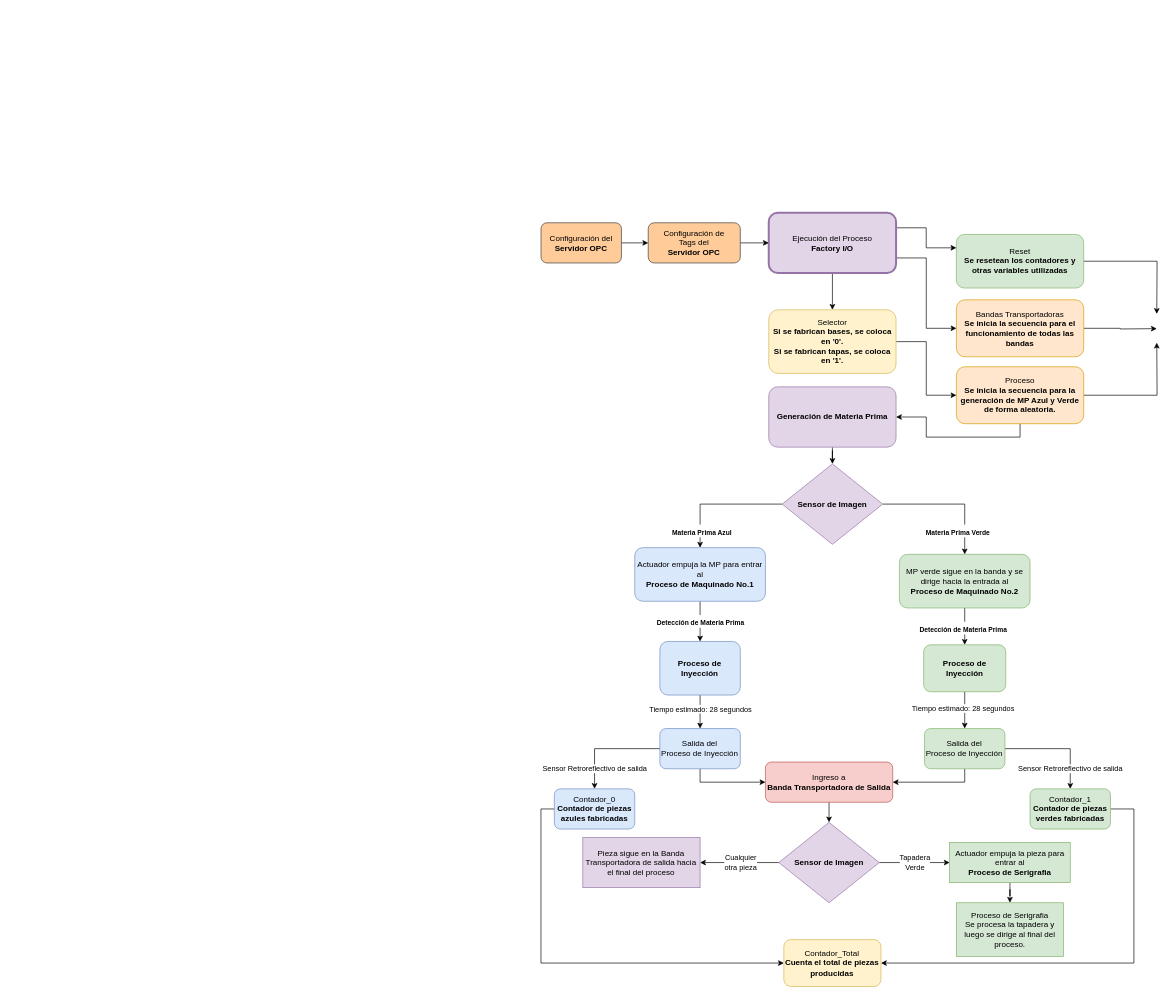
This is MIR/6T/Diagrama.drawio from fgomez1211/Personal, a draw.io file, before an edit. Source tidied: cells renumbered, new cells numbered last; positions are measured from the earlier drawing's top-left corner, leaving out a move shared by most shapes. Both pictures are drawn from the tidied source at 67%, with x=0, y=0 at pixel (541, 212).
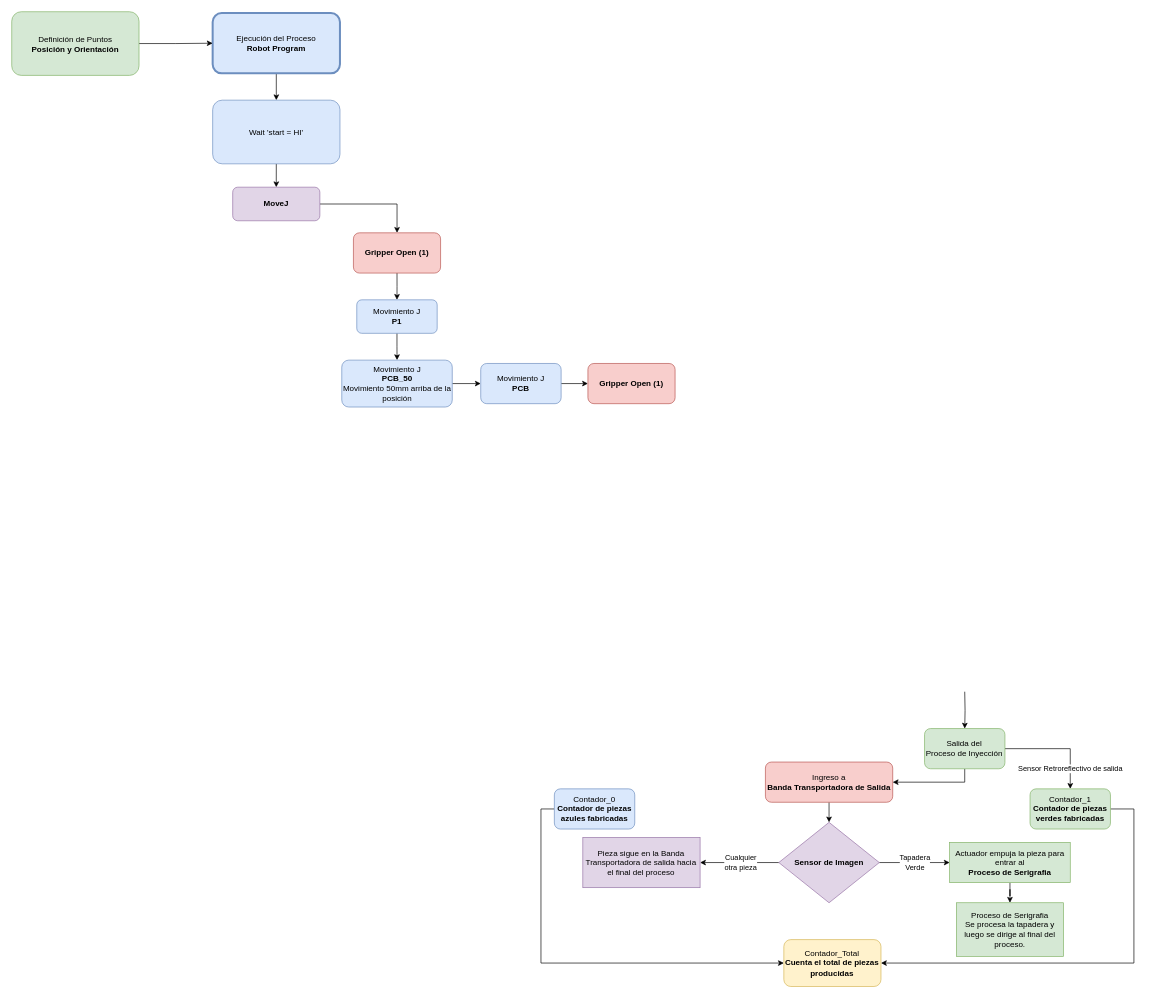
The same diagram, later.

The change refers to these unchanged cells:
```xml
<mxCell id="22" value="Ingreso a &lt;br&gt;&lt;b&gt;Banda Transportadora de Salida&lt;/b&gt;" style="whiteSpace=wrap;html=1;rounded=1;glass=0;strokeWidth=1;shadow=0;fillColor=#f8cecc;strokeColor=#b85450;" parent="1" vertex="1">
  <mxGeometry x="334.9" y="819.9" width="190" height="60" as="geometry" />
</mxCell>
<mxCell id="38" value="Salida del&lt;br&gt;Proceso de Inyección" style="whiteSpace=wrap;html=1;fillColor=#d5e8d4;strokeColor=#82b366;rounded=1;glass=0;strokeWidth=1;shadow=0;" parent="1" vertex="1">
  <mxGeometry x="572.4" y="769.9" width="120" height="60" as="geometry" />
</mxCell>
<mxCell id="44" value="Contador_0&lt;br&gt;&lt;b&gt;Contador de piezas azules fabricadas&lt;/b&gt;" style="whiteSpace=wrap;html=1;fillColor=#dae8fc;strokeColor=#6c8ebf;rounded=1;glass=0;strokeWidth=1;shadow=0;" parent="1" vertex="1">
  <mxGeometry x="19.9" y="859.9" width="120" height="60" as="geometry" />
</mxCell>
```

Diff of the diagram source:
```diff
@@
-    <mxCell id="2" style="edgeStyle=orthogonalEdgeStyle;rounded=0;jettySize=auto;html=1;exitX=1;exitY=0.5;exitDx=0;exitDy=0;entryX=0;entryY=0.25;entryDx=0;entryDy=0;" parent="1" edge="1" source="3">
-      <mxGeometry relative="1" as="geometry">
-        <mxPoint x="919" y="151" as="targetPoint" />
-      </mxGeometry>
-    </mxCell>
-    <mxCell id="3" value="Reset&lt;br&gt;&lt;b&gt;Se resetean los contadores y otras variables utilizadas&lt;/b&gt;" style="rounded=1;whiteSpace=wrap;html=1;fontSize=12;glass=0;strokeWidth=1;shadow=0;fillColor=#d5e8d4;strokeColor=#82b366;" parent="1" vertex="1">
-      <mxGeometry x="619.9" y="32.4" width="190.1" height="80" as="geometry" />
-    </mxCell>
-    <mxCell id="4" style="edgeStyle=orthogonalEdgeStyle;rounded=0;jettySize=auto;html=1;exitX=0.5;exitY=1;exitDx=0;exitDy=0;entryX=0.5;entryY=0;entryDx=0;entryDy=0;" parent="1" edge="1" source="5" target="7">
-      <mxGeometry relative="1" as="geometry" />
-    </mxCell>
-    <mxCell id="5" value="MP verde sigue en la banda y se dirige hacia la entrada al&lt;br&gt;&lt;b&gt;Proceso de Maquinado No.2&lt;/b&gt;" style="whiteSpace=wrap;html=1;rounded=1;glass=0;strokeWidth=1;shadow=0;fillColor=#d5e8d4;strokeColor=#82b366;" parent="1" vertex="1">
-      <mxGeometry x="534.9" y="509.9" width="195" height="80" as="geometry" />
-    </mxCell>
-    <mxCell id="6" style="edgeStyle=orthogonalEdgeStyle;rounded=0;jettySize=auto;html=1;" parent="1" edge="1" source="7" target="38">
-      <mxGeometry relative="1" as="geometry" />
+    <mxCell id="6" style="edgeStyle=orthogonalEdgeStyle;rounded=0;jettySize=auto;html=1;" parent="1" edge="1" target="38">
+      <mxGeometry relative="1" as="geometry">
+        <mxPoint x="632.4" y="714.9" as="sourcePoint" />
+      </mxGeometry>
     </mxCell>
-    <mxCell id="7" value="&lt;b&gt;Proceso de Inyección&lt;/b&gt;" style="whiteSpace=wrap;html=1;rounded=1;glass=0;strokeWidth=1;shadow=0;fillColor=#d5e8d4;strokeColor=#82b366;" parent="1" vertex="1">
-      <mxGeometry x="571.1" y="644.9" width="122.5" height="70" as="geometry" />
-    </mxCell>
-    <mxCell id="8" style="edgeStyle=orthogonalEdgeStyle;rounded=0;jettySize=auto;html=1;exitX=1;exitY=0.5;exitDx=0;exitDy=0;entryX=0;entryY=0.5;entryDx=0;entryDy=0;" parent="1" edge="1" source="9">
-      <mxGeometry relative="1" as="geometry">
-        <mxPoint x="919" y="173" as="targetPoint" />
-      </mxGeometry>
-    </mxCell>
-    <mxCell id="9" value="Bandas Transportadoras&lt;br&gt;&lt;b&gt;Se inicia la secuencia para el funcionamiento de todas las bandas&lt;/b&gt;" style="whiteSpace=wrap;html=1;rounded=1;glass=0;strokeWidth=1;shadow=0;fillColor=#ffe6cc;strokeColor=#d79b00;" parent="1" vertex="1">
-      <mxGeometry x="620" y="130" width="190" height="85" as="geometry" />
-    </mxCell>
@@
-    <mxCell id="11" style="edgeStyle=orthogonalEdgeStyle;rounded=0;jettySize=auto;html=1;exitX=1;exitY=0.25;exitDx=0;exitDy=0;entryX=0;entryY=0.25;entryDx=0;entryDy=0;" parent="1" edge="1" source="13" target="3">
-      <mxGeometry relative="1" as="geometry" />
-    </mxCell>
-    <mxCell id="12" style="edgeStyle=orthogonalEdgeStyle;rounded=0;jettySize=auto;html=1;exitX=1;exitY=0.75;exitDx=0;exitDy=0;entryX=0;entryY=0.5;entryDx=0;entryDy=0;" parent="1" edge="1" source="13" target="9">
-      <mxGeometry relative="1" as="geometry" />
-    </mxCell>
-    <mxCell id="13" value="Ejecución del Proceso&lt;br&gt;&lt;b&gt;Factory I/O&lt;/b&gt;" style="whiteSpace=wrap;html=1;rounded=1;glass=0;strokeWidth=3;shadow=0;fillColor=#e1d5e7;strokeColor=#9673a6;" parent="1" vertex="1">
-      <mxGeometry x="339.9" width="190" height="90" as="geometry" />
+    <mxCell id="13" value="Ejecución del Proceso&lt;br&gt;&lt;b&gt;Robot Program&lt;/b&gt;" style="whiteSpace=wrap;html=1;rounded=1;glass=0;strokeWidth=3;shadow=0;fillColor=#dae8fc;strokeColor=#6c8ebf;" parent="1" vertex="1">
+      <mxGeometry x="-490.1" y="-298" width="190" height="90" as="geometry" />
     </mxCell>
-    <mxCell id="14" style="edgeStyle=orthogonalEdgeStyle;rounded=0;jettySize=auto;html=1;exitX=1;exitY=0.5;exitDx=0;exitDy=0;entryX=0.5;entryY=0;entryDx=0;entryDy=0;" parent="1" edge="1" source="18" target="5">
-      <mxGeometry relative="1" as="geometry" />
-    </mxCell>
-    <mxCell id="15" value="&lt;b style=&quot;border-color: var(--border-color);&quot;&gt;&lt;font style=&quot;border-color: var(--border-color); font-size: 10px;&quot;&gt;Materia Prima Verde&lt;/font&gt;&lt;/b&gt;" style="edgeLabel;html=1;align=center;verticalAlign=middle;fontSize=16;" parent="14" vertex="1">
-      <mxGeometry x="-0.21" y="1" relative="1" as="geometry">
-        <mxPoint x="34" y="41" as="offset" />
-      </mxGeometry>
-    </mxCell>
-    <mxCell id="16" style="edgeStyle=orthogonalEdgeStyle;rounded=0;jettySize=auto;html=1;exitX=0;exitY=0.5;exitDx=0;exitDy=0;" parent="1" edge="1" source="18" target="20">
-      <mxGeometry relative="1" as="geometry" />
-    </mxCell>
-    <mxCell id="17" value="&lt;b style=&quot;&quot;&gt;&lt;font style=&quot;font-size: 10px;&quot;&gt;Materia Prima Azul&lt;/font&gt;&lt;/b&gt;" style="edgeLabel;html=1;align=center;verticalAlign=middle;fontSize=16;" parent="16" vertex="1">
-      <mxGeometry x="-0.23" y="-2" relative="1" as="geometry">
-        <mxPoint x="-48" y="42" as="offset" />
-      </mxGeometry>
-    </mxCell>
-    <mxCell id="18" value="&lt;b&gt;Sensor de Imagen&lt;/b&gt;" style="rhombus;whiteSpace=wrap;html=1;fillColor=#e1d5e7;strokeColor=#9673a6;" parent="1" vertex="1">
-      <mxGeometry x="359.9" y="374.9" width="150" height="120" as="geometry" />
-    </mxCell>
-    <mxCell id="19" style="edgeStyle=orthogonalEdgeStyle;rounded=0;jettySize=auto;html=1;exitX=0.5;exitY=1;exitDx=0;exitDy=0;entryX=0.5;entryY=0;entryDx=0;entryDy=0;" parent="1" edge="1" source="20" target="29">
-      <mxGeometry relative="1" as="geometry" />
-    </mxCell>
-    <mxCell id="20" value="Actuador empuja la MP para entrar al &lt;br&gt;&lt;b&gt;Proceso de Maquinado No.1&lt;/b&gt;" style="whiteSpace=wrap;html=1;rounded=1;glass=0;strokeWidth=1;shadow=0;fillColor=#dae8fc;strokeColor=#6c8ebf;" parent="1" vertex="1">
-      <mxGeometry x="139.9" y="499.9" width="195" height="80" as="geometry" />
-    </mxCell>
@@
-    <mxCell id="23" style="edgeStyle=orthogonalEdgeStyle;rounded=0;jettySize=auto;html=1;exitX=1;exitY=0.5;exitDx=0;exitDy=0;entryX=0;entryY=0.5;entryDx=0;entryDy=0;" parent="1" edge="1" source="24" target="42">
-      <mxGeometry relative="1" as="geometry" />
-    </mxCell>
+    <mxCell id="62" style="edgeStyle=orthogonalEdgeStyle;rounded=0;jettySize=auto;html=1;exitX=0.5;exitY=1;exitDx=0;exitDy=0;entryX=0.5;entryY=0;entryDx=0;entryDy=0;" parent="1" edge="1" source="24" target="26">
+      <mxGeometry relative="1" as="geometry" />
+    </mxCell>
-    <mxCell id="24" value="Selector&lt;br&gt;&lt;b&gt;Si se fabrican bases, se coloca en '0'.&lt;br&gt;Si se fabrican tapas, se coloca en '1'.&lt;/b&gt;" style="whiteSpace=wrap;html=1;rounded=1;glass=0;strokeWidth=1;shadow=0;fillColor=#fff2cc;strokeColor=#d6b656;" parent="1" vertex="1">
-      <mxGeometry x="339.9" y="144.9" width="190" height="95" as="geometry" />
+    <mxCell id="24" value="Wait 'start = HI'" style="whiteSpace=wrap;html=1;rounded=1;glass=0;strokeWidth=1;shadow=0;fillColor=#dae8fc;strokeColor=#6c8ebf;" parent="1" vertex="1">
+      <mxGeometry x="-490.1" y="-168" width="190" height="95" as="geometry" />
     </mxCell>
-    <mxCell id="25" style="edgeStyle=orthogonalEdgeStyle;rounded=0;jettySize=auto;html=1;entryX=0.5;entryY=0;entryDx=0;entryDy=0;" parent="1" edge="1" source="26" target="18">
-      <mxGeometry relative="1" as="geometry" />
-    </mxCell>
+    <mxCell id="63" style="edgeStyle=orthogonalEdgeStyle;rounded=0;jettySize=auto;html=1;" parent="1" edge="1" source="26" target="68">
+      <mxGeometry relative="1" as="geometry" />
+    </mxCell>
-    <mxCell id="26" value="&lt;b&gt;Generación de Materia Prima&lt;/b&gt;" style="whiteSpace=wrap;html=1;rounded=1;glass=0;strokeWidth=1;shadow=0;fillColor=#e1d5e7;strokeColor=#9673a6;" parent="1" vertex="1">
-      <mxGeometry x="339.9" y="259.9" width="190" height="90" as="geometry" />
+    <mxCell id="26" value="&lt;b&gt;MoveJ&lt;/b&gt;" style="whiteSpace=wrap;html=1;rounded=1;glass=0;strokeWidth=1;shadow=0;fillColor=#e1d5e7;strokeColor=#9673a6;" parent="1" vertex="1">
+      <mxGeometry x="-460.2" y="-38.1" width="130.1" height="50.1" as="geometry" />
     </mxCell>
-    <mxCell id="27" style="edgeStyle=orthogonalEdgeStyle;rounded=0;jettySize=auto;html=1;" parent="1" edge="1" source="29" target="35">
-      <mxGeometry relative="1" as="geometry" />
-    </mxCell>
-    <mxCell id="28" value="Tiempo estimado: 28 segundos" style="edgeLabel;html=1;align=center;verticalAlign=middle;" parent="27" vertex="1">
-      <mxGeometry x="-0.18" y="-2" relative="1" as="geometry">
-        <mxPoint x="2" as="offset" />
-      </mxGeometry>
-    </mxCell>
-    <mxCell id="29" value="&lt;b&gt;Proceso de Inyección&lt;/b&gt;" style="whiteSpace=wrap;html=1;rounded=1;glass=0;strokeWidth=1;shadow=0;fillColor=#dae8fc;strokeColor=#6c8ebf;" parent="1" vertex="1">
-      <mxGeometry x="177.4" y="639.9" width="120" height="80" as="geometry" />
-    </mxCell>
-    <mxCell id="30" value="&lt;b style=&quot;border-color: var(--border-color);&quot;&gt;&lt;font style=&quot;border-color: var(--border-color); font-size: 10px;&quot;&gt;Detección de Materia Prima&lt;/font&gt;&lt;/b&gt;" style="edgeLabel;html=1;align=center;verticalAlign=middle;fontSize=16;" parent="1" vertex="1">
-      <mxGeometry x="237.4" y="609.9" as="geometry" />
-    </mxCell>
-    <mxCell id="31" value="&lt;b style=&quot;border-color: var(--border-color);&quot;&gt;&lt;font style=&quot;border-color: var(--border-color); font-size: 10px;&quot;&gt;Detección de Materia Prima&lt;/font&gt;&lt;/b&gt;" style="edgeLabel;html=1;align=center;verticalAlign=middle;fontSize=16;" parent="1" vertex="1">
-      <mxGeometry x="629.9" y="619.9" as="geometry" />
-    </mxCell>
-    <mxCell id="32" style="edgeStyle=orthogonalEdgeStyle;rounded=0;jettySize=auto;html=1;exitX=0.5;exitY=1;exitDx=0;exitDy=0;entryX=0;entryY=0.5;entryDx=0;entryDy=0;" parent="1" edge="1" source="35" target="22">
-      <mxGeometry relative="1" as="geometry" />
-    </mxCell>
-    <mxCell id="33" style="edgeStyle=orthogonalEdgeStyle;rounded=0;jettySize=auto;html=1;" parent="1" edge="1" source="35" target="44">
-      <mxGeometry relative="1" as="geometry" />
-    </mxCell>
-    <mxCell id="34" value="Sensor Retroreflectivo de salida" style="edgeLabel;html=1;align=center;verticalAlign=middle;" parent="33" vertex="1">
-      <mxGeometry x="0.48" y="-1" relative="1" as="geometry">
-        <mxPoint x="1" y="10" as="offset" />
-      </mxGeometry>
-    </mxCell>
+    <mxCell id="64" style="edgeStyle=orthogonalEdgeStyle;rounded=0;jettySize=auto;html=1;" parent="1" edge="1" source="35" target="70">
+      <mxGeometry relative="1" as="geometry" />
+    </mxCell>
-    <mxCell id="35" value="Salida del &lt;br&gt;Proceso de Inyección" style="whiteSpace=wrap;html=1;fillColor=#dae8fc;strokeColor=#6c8ebf;rounded=1;glass=0;strokeWidth=1;shadow=0;" parent="1" vertex="1">
-      <mxGeometry x="177.4" y="769.9" width="120" height="60" as="geometry" />
+    <mxCell id="35" value="Movimiento J&lt;br&gt;&lt;b&gt;P1&lt;/b&gt;" style="whiteSpace=wrap;html=1;fillColor=#dae8fc;strokeColor=#6c8ebf;rounded=1;glass=0;strokeWidth=1;shadow=0;" parent="1" vertex="1">
+      <mxGeometry x="-275" y="130" width="120" height="50" as="geometry" />
     </mxCell>
@@
-    <mxCell id="39" value="Tiempo estimado: 28 segundos" style="edgeLabel;html=1;align=center;verticalAlign=middle;" parent="1" vertex="1">
-      <mxGeometry x="629.9" y="739.9" as="geometry" />
-    </mxCell>
-    <mxCell id="40" style="edgeStyle=orthogonalEdgeStyle;rounded=0;jettySize=auto;html=1;exitX=0.5;exitY=1;exitDx=0;exitDy=0;entryX=1;entryY=0.5;entryDx=0;entryDy=0;" parent="1" edge="1" source="42" target="26">
-      <mxGeometry relative="1" as="geometry" />
-    </mxCell>
-    <mxCell id="41" style="edgeStyle=orthogonalEdgeStyle;rounded=0;jettySize=auto;html=1;exitX=1;exitY=0.5;exitDx=0;exitDy=0;entryX=0;entryY=0.75;entryDx=0;entryDy=0;" parent="1" edge="1" source="42">
-      <mxGeometry relative="1" as="geometry">
-        <mxPoint x="919" y="194" as="targetPoint" />
-      </mxGeometry>
-    </mxCell>
-    <mxCell id="42" value="Proceso&lt;br&gt;&lt;b&gt;Se inicia la secuencia para la generación de MP Azul y Verde de forma aleatoria.&lt;/b&gt;" style="whiteSpace=wrap;html=1;rounded=1;glass=0;strokeWidth=1;shadow=0;fillColor=#ffe6cc;strokeColor=#d79b00;" parent="1" vertex="1">
-      <mxGeometry x="620" y="229.9" width="190" height="85" as="geometry" />
-    </mxCell>
@@
-    <mxCell id="58" style="edgeStyle=orthogonalEdgeStyle;rounded=0;jettySize=auto;html=1;exitX=1;exitY=0.5;exitDx=0;exitDy=0;entryX=0;entryY=0.5;entryDx=0;entryDy=0;" parent="1" edge="1" source="59" target="13">
-      <mxGeometry relative="1" as="geometry" />
-    </mxCell>
-    <mxCell id="59" value="Configuración de &lt;br&gt;Tags del &lt;br&gt;&lt;b&gt;Servidor OPC&lt;/b&gt;" style="whiteSpace=wrap;html=1;fillColor=#ffcc99;strokeColor=#36393d;rounded=1;glass=0;strokeWidth=1;shadow=0;" parent="1" vertex="1">
-      <mxGeometry x="160" y="15" width="137.4" height="60" as="geometry" />
-    </mxCell>
-    <mxCell id="60" style="edgeStyle=orthogonalEdgeStyle;rounded=0;jettySize=auto;html=1;exitX=1;exitY=0.5;exitDx=0;exitDy=0;" parent="1" edge="1" source="61" target="59">
-      <mxGeometry relative="1" as="geometry" />
-    </mxCell>
-    <mxCell id="61" value="Configuración del &lt;b&gt;Servidor OPC&lt;/b&gt;" style="whiteSpace=wrap;html=1;fillColor=#ffcc99;strokeColor=#36393d;rounded=1;glass=0;strokeWidth=1;shadow=0;" parent="1" vertex="1">
-      <mxGeometry y="15" width="120" height="60" as="geometry" />
-    </mxCell>
+    <mxCell id="65" style="edgeStyle=orthogonalEdgeStyle;rounded=0;jettySize=auto;html=1;entryX=0;entryY=0.5;entryDx=0;entryDy=0;" parent="1" edge="1" source="66" target="13">
+      <mxGeometry relative="1" as="geometry" />
+    </mxCell>
+    <mxCell id="66" value="Definición de Puntos&lt;br&gt;&lt;b&gt;Posición y Orientación&lt;/b&gt;" style="whiteSpace=wrap;html=1;rounded=1;glass=0;strokeWidth=1;shadow=0;fillColor=#d5e8d4;strokeColor=#82b366;" parent="1" vertex="1">
+      <mxGeometry x="-790" y="-300" width="190" height="95" as="geometry" />
+    </mxCell>
+    <mxCell id="67" style="edgeStyle=orthogonalEdgeStyle;rounded=0;jettySize=auto;html=1;exitX=0.5;exitY=1;exitDx=0;exitDy=0;" parent="1" edge="1" source="68" target="35">
+      <mxGeometry relative="1" as="geometry" />
+    </mxCell>
+    <mxCell id="68" value="&lt;b&gt;Gripper Open (1)&lt;/b&gt;" style="whiteSpace=wrap;html=1;rounded=1;glass=0;strokeWidth=1;shadow=0;fillColor=#f8cecc;strokeColor=#b85450;" parent="1" vertex="1">
+      <mxGeometry x="-280" y="30" width="130.1" height="60.1" as="geometry" />
+    </mxCell>
+    <mxCell id="69" style="edgeStyle=orthogonalEdgeStyle;rounded=0;jettySize=auto;html=1;exitX=1;exitY=0.5;exitDx=0;exitDy=0;entryX=0;entryY=0.5;entryDx=0;entryDy=0;" parent="1" edge="1" source="70" target="72">
+      <mxGeometry relative="1" as="geometry" />
+    </mxCell>
+    <mxCell id="70" value="Movimiento J&lt;br&gt;&lt;b&gt;PCB_50&lt;/b&gt;&lt;br&gt;Movimiento 50mm arriba de la posición" style="whiteSpace=wrap;html=1;fillColor=#dae8fc;strokeColor=#6c8ebf;rounded=1;glass=0;strokeWidth=1;shadow=0;" parent="1" vertex="1">
+      <mxGeometry x="-297.4" y="220" width="164.9" height="70" as="geometry" />
+    </mxCell>
+    <mxCell id="71" style="edgeStyle=orthogonalEdgeStyle;rounded=0;jettySize=auto;html=1;entryX=0;entryY=0.5;entryDx=0;entryDy=0;" parent="1" edge="1" source="72" target="73">
+      <mxGeometry relative="1" as="geometry" />
+    </mxCell>
+    <mxCell id="72" value="Movimiento J&lt;br&gt;&lt;b style=&quot;border-color: var(--border-color);&quot;&gt;PCB&lt;/b&gt;" style="whiteSpace=wrap;html=1;fillColor=#dae8fc;strokeColor=#6c8ebf;rounded=1;glass=0;strokeWidth=1;shadow=0;" parent="1" vertex="1">
+      <mxGeometry x="-90" y="225" width="120" height="60" as="geometry" />
+    </mxCell>
+    <mxCell id="73" value="&lt;b&gt;Gripper Open (1)&lt;/b&gt;" style="whiteSpace=wrap;html=1;rounded=1;glass=0;strokeWidth=1;shadow=0;fillColor=#f8cecc;strokeColor=#b85450;" parent="1" vertex="1">
+      <mxGeometry x="70" y="225" width="130.1" height="60" as="geometry" />
+    </mxCell>
```
